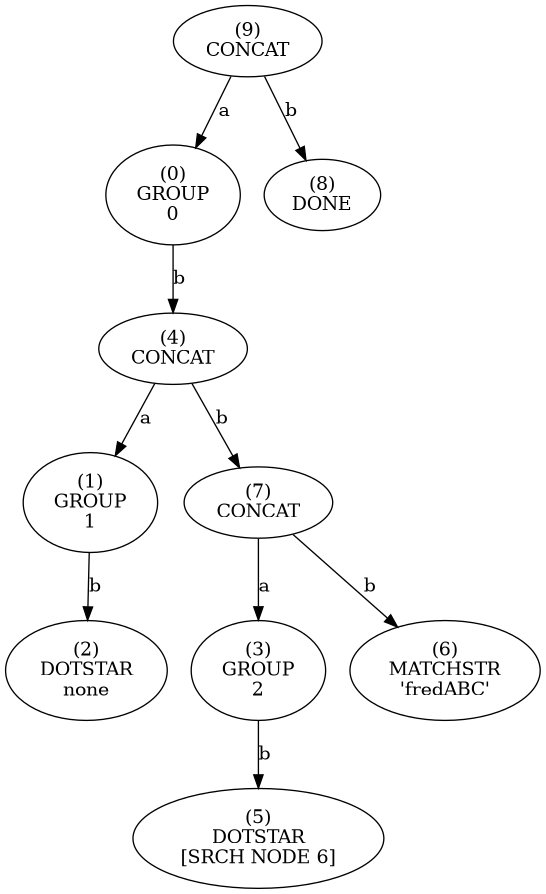
Before: tree/lee.png, a diagram exported from Graphviz (essele/rele). Its source is kept beside it as tree/lee.dot.
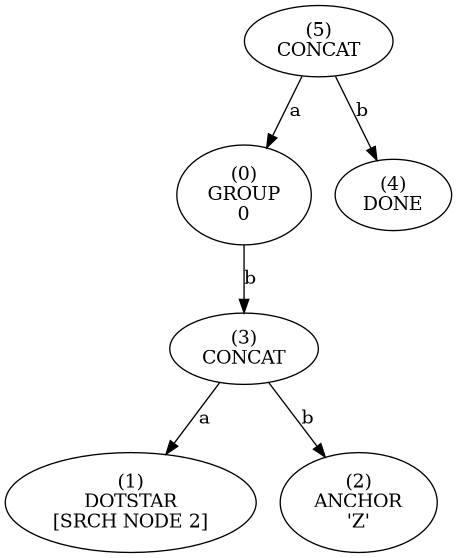
After the change.

Commit message:
New first_match() and optimiser supporting dotstar and the fast start optimisation.

Diff of the diagram source:
```diff
@@ -1,41 +1,25 @@
 digraph tree {
-    n0xb3c46e557400 [label="(9)
+    n0xc07a5c0fa380 [label="(5)
 CONCAT
 "];
-    n0xb3c46e557400 -> n0xb3c46e5572e0 [label="a"];
-    n0xb3c46e5572e0 [label="(0)
+    n0xc07a5c0fa380 -> n0xc07a5c0fa2e0 [label="a"];
+    n0xc07a5c0fa2e0 [label="(0)
 GROUP
 0"];
-    n0xb3c46e5572e0 -> n0xb3c46e557360 [label="b"];
-    n0xb3c46e557360 [label="(4)
+    n0xc07a5c0fa2e0 -> n0xc07a5c0fa340 [label="b"];
+    n0xc07a5c0fa340 [label="(3)
 CONCAT
 "];
-    n0xb3c46e557360 -> n0xb3c46e557300 [label="a"];
-    n0xb3c46e557300 [label="(1)
-GROUP
-1"];
-    n0xb3c46e557300 -> n0xb3c46e557320 [label="b"];
-    n0xb3c46e557320 [label="(2)
+    n0xc07a5c0fa340 -> n0xc07a5c0fa300 [label="a"];
+    n0xc07a5c0fa300 [label="(1)
 DOTSTAR
-none"];
-    n0xb3c46e557360 -> n0xb3c46e5573c0 [label="b"];
-    n0xb3c46e5573c0 [label="(7)
-CONCAT
-"];
-    n0xb3c46e5573c0 -> n0xb3c46e557340 [label="a"];
-    n0xb3c46e557340 [label="(3)
-GROUP
-2"];
-    n0xb3c46e557340 -> n0xb3c46e557380 [label="b"];
-    n0xb3c46e557380 [label="(5)
-DOTSTAR
-[SRCH NODE 6]"];
-    n0xb3c46e5573c0 -> n0xb3c46e5573a0 [label="b"];
-    n0xb3c46e5573a0 [label="(6)
-MATCHSTR
-'fredABC'"];
-    n0xb3c46e557400 -> n0xb3c46e5573e0 [label="b"];
-    n0xb3c46e5573e0 [label="(8)
+[SRCH NODE 2]"];
+    n0xc07a5c0fa340 -> n0xc07a5c0fa320 [label="b"];
+    n0xc07a5c0fa320 [label="(2)
+ANCHOR
+'Z'"];
+    n0xc07a5c0fa380 -> n0xc07a5c0fa360 [label="b"];
+    n0xc07a5c0fa360 [label="(4)
 DONE
 "];
 }
```
